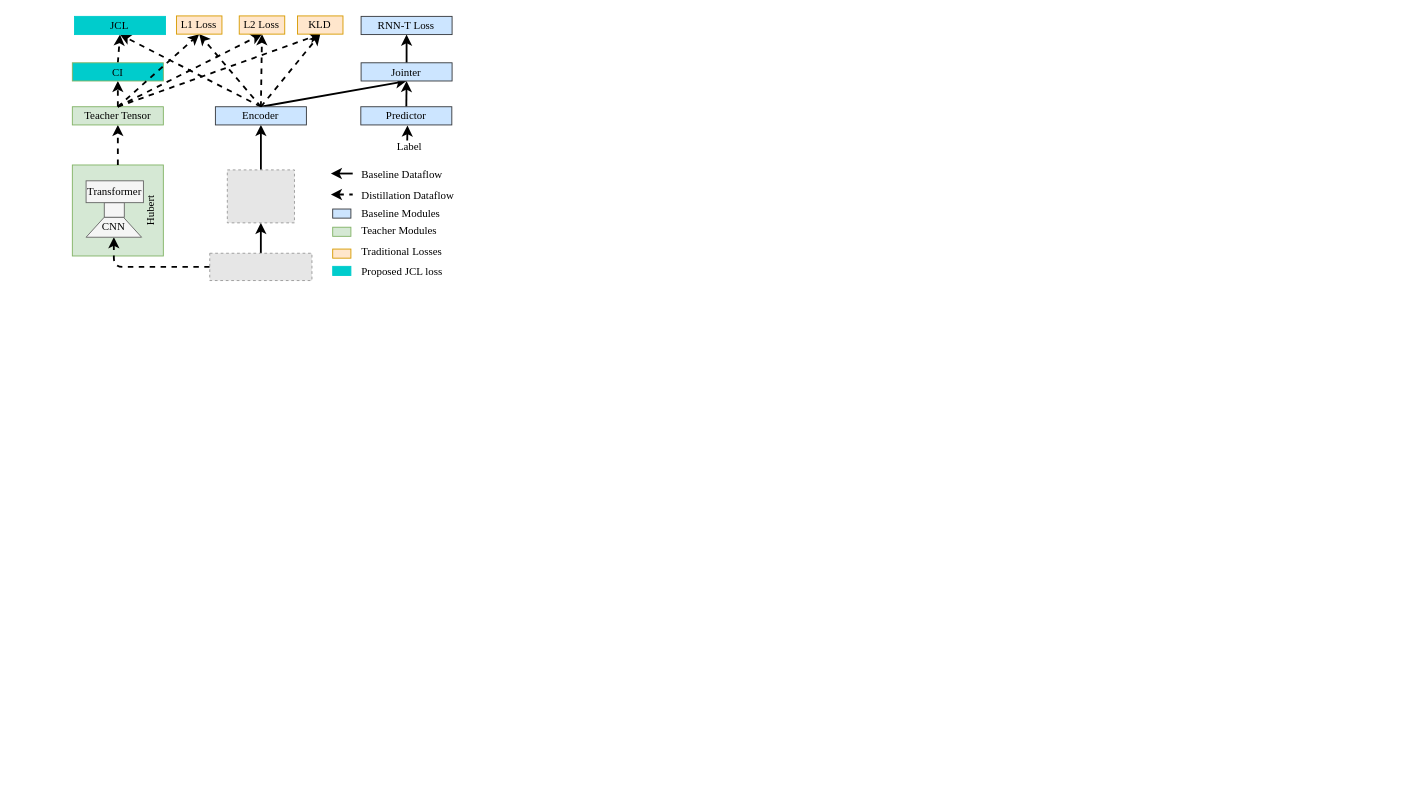
This is Untitled Diagram.drawio from glynpu/Neural-Network-Architecture-Diagrams, a draw.io file, before an edit. Source tidied: cells renumbered, new cells numbered last; positions are measured from the earlier drawing's top-left corner, leaving out a move shared by most shapes. Both pictures are drawn from the tidied source at 91%, with x=0, y=0 at pixel (72, 15). Pictures stored in the file or linked from it are replaced by grey dashed boxes.
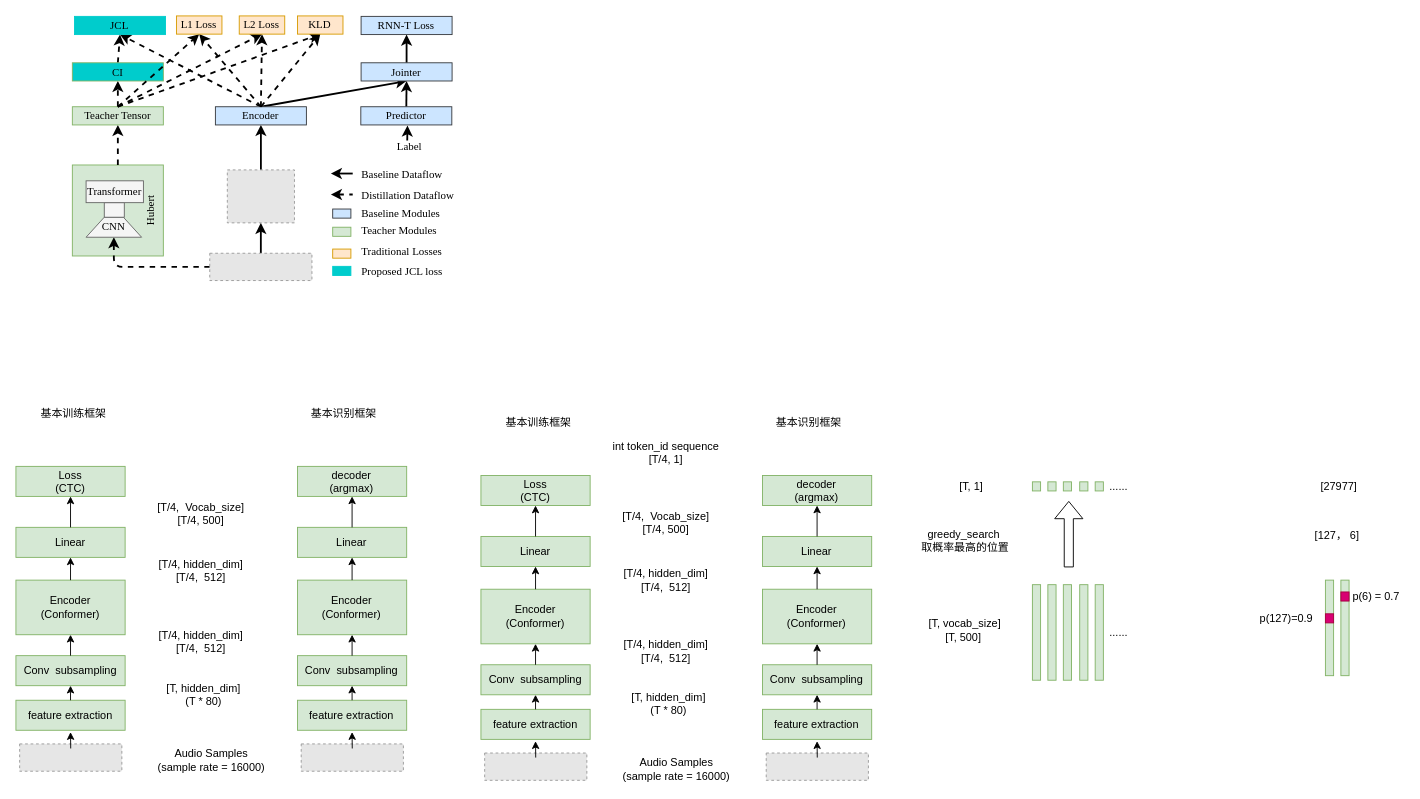
After the change.

Diff of the diagram source:
```diff
@@
+    <mxCell id="48" value="Encoder&lt;br&gt;(Conformer)" style="rounded=0;whiteSpace=wrap;html=1;fillColor=#d5e8d4;strokeColor=#82b366;" parent="1" vertex="1">
+      <mxGeometry x="-62" y="620" width="120" height="60" as="geometry" />
+    </mxCell>
+    <mxCell id="49" style="fillColor=#E6E6E6;strokeColor=#999999;dashed=1;verticalLabelPosition=bottom;labelBackgroundColor=#ffffff;verticalAlign=top;fontFamily=Times New Roman;" parent="1" vertex="1">
+      <mxGeometry x="-57.9" y="800" width="112.3" height="30" as="geometry" />
+    </mxCell>
+    <mxCell id="50" style="endArrow=classic;html=1;rounded=0;exitX=0.5;exitY=0;exitDx=0;exitDy=0;" parent="1" edge="1">
+      <mxGeometry relative="1" as="geometry">
+        <mxPoint x="-1.8" y="805" as="sourcePoint" />
+        <mxPoint x="-2" y="787" as="targetPoint" />
+      </mxGeometry>
+    </mxCell>
+    <mxCell id="51" value="Linear" style="rounded=0;whiteSpace=wrap;html=1;fillColor=#d5e8d4;strokeColor=#82b366;" parent="1" vertex="1">
+      <mxGeometry x="-62" y="562" width="120" height="33" as="geometry" />
+    </mxCell>
+    <mxCell id="52" style="endArrow=classic;html=1;rounded=0;entryX=0.5;entryY=1;entryDx=0;entryDy=0;" parent="1" edge="1" source="48" target="51">
+      <mxGeometry relative="1" as="geometry" />
+    </mxCell>
+    <mxCell id="53" value="Loss&lt;br&gt;(CTC)" style="rounded=0;whiteSpace=wrap;html=1;fillColor=#d5e8d4;strokeColor=#82b366;" parent="1" vertex="1">
+      <mxGeometry x="-62" y="495" width="120" height="33" as="geometry" />
+    </mxCell>
+    <mxCell id="54" style="endArrow=classic;html=1;rounded=0;entryX=0.5;entryY=1;entryDx=0;entryDy=0;exitX=0.5;exitY=0;exitDx=0;exitDy=0;" parent="1" edge="1" source="51" target="53">
+      <mxGeometry relative="1" as="geometry" />
+    </mxCell>
+    <mxCell id="55" value="Audio Samples&lt;br&gt;(sample rate = 16000)" style="text;html=1;strokeColor=none;fillColor=none;align=center;verticalAlign=middle;whiteSpace=wrap;rounded=0;" parent="1" vertex="1">
+      <mxGeometry x="82" y="803" width="142" height="30" as="geometry" />
+    </mxCell>
+    <mxCell id="56" value="[T/4, hidden_dim]&lt;br&gt;[T/4, &amp;nbsp;512]" style="text;html=1;strokeColor=none;fillColor=none;align=center;verticalAlign=middle;whiteSpace=wrap;rounded=0;" parent="1" vertex="1">
+      <mxGeometry x="82" y="595" width="119" height="30" as="geometry" />
+    </mxCell>
+    <mxCell id="57" value="[T/4, &amp;nbsp;Vocab_size]&lt;br&gt;[T/4, 500]" style="text;html=1;strokeColor=none;fillColor=none;align=center;verticalAlign=middle;whiteSpace=wrap;rounded=0;" parent="1" vertex="1">
+      <mxGeometry x="82" y="532" width="119" height="30" as="geometry" />
+    </mxCell>
+    <mxCell id="58" value="Conv &amp;nbsp;subsampling" style="rounded=0;whiteSpace=wrap;html=1;fillColor=#d5e8d4;strokeColor=#82b366;" parent="1" vertex="1">
+      <mxGeometry x="-62" y="703" width="120" height="33" as="geometry" />
+    </mxCell>
+    <mxCell id="59" value="feature extraction" style="rounded=0;whiteSpace=wrap;html=1;fillColor=#d5e8d4;strokeColor=#82b366;" parent="1" vertex="1">
+      <mxGeometry x="-62" y="752" width="120" height="33" as="geometry" />
+    </mxCell>
+    <mxCell id="60" style="endArrow=classic;html=1;rounded=0;exitX=0.5;exitY=0;exitDx=0;exitDy=0;entryX=0.5;entryY=1;entryDx=0;entryDy=0;" parent="1" edge="1" source="59" target="58">
+      <mxGeometry relative="1" as="geometry" />
+    </mxCell>
+    <mxCell id="61" style="endArrow=classic;html=1;rounded=0;exitX=0.5;exitY=0;exitDx=0;exitDy=0;entryX=0.5;entryY=1;entryDx=0;entryDy=0;" parent="1" edge="1" source="58" target="48">
+      <mxGeometry relative="1" as="geometry" />
+    </mxCell>
+    <mxCell id="62" value="[T, hidden_dim]&lt;br&gt;(T * 80)" style="text;html=1;strokeColor=none;fillColor=none;align=center;verticalAlign=middle;whiteSpace=wrap;rounded=0;" parent="1" vertex="1">
+      <mxGeometry x="85" y="731" width="119" height="30" as="geometry" />
+    </mxCell>
+    <mxCell id="63" value="[T/4, hidden_dim]&lt;br&gt;[T/4, &amp;nbsp;512]" style="text;html=1;strokeColor=none;fillColor=none;align=center;verticalAlign=middle;whiteSpace=wrap;rounded=0;" parent="1" vertex="1">
+      <mxGeometry x="82" y="673" width="119" height="30" as="geometry" />
+    </mxCell>
+    <mxCell id="64" value="Encoder&lt;br&gt;(Conformer)" style="rounded=0;whiteSpace=wrap;html=1;fillColor=#d5e8d4;strokeColor=#82b366;" parent="1" vertex="1">
+      <mxGeometry x="247.4" y="620" width="120" height="60" as="geometry" />
+    </mxCell>
+    <mxCell id="65" style="fillColor=#E6E6E6;strokeColor=#999999;dashed=1;verticalLabelPosition=bottom;labelBackgroundColor=#ffffff;verticalAlign=top;fontFamily=Times New Roman;" parent="1" vertex="1">
+      <mxGeometry x="251.5" y="800" width="112.3" height="30" as="geometry" />
+    </mxCell>
+    <mxCell id="66" style="endArrow=classic;html=1;rounded=0;exitX=0.5;exitY=0;exitDx=0;exitDy=0;" parent="1" edge="1">
+      <mxGeometry relative="1" as="geometry">
+        <mxPoint x="307.6" y="805" as="sourcePoint" />
+        <mxPoint x="307.4" y="787" as="targetPoint" />
+      </mxGeometry>
+    </mxCell>
+    <mxCell id="67" value="Linear" style="rounded=0;whiteSpace=wrap;html=1;fillColor=#d5e8d4;strokeColor=#82b366;" parent="1" vertex="1">
+      <mxGeometry x="247.4" y="562" width="120" height="33" as="geometry" />
+    </mxCell>
+    <mxCell id="68" style="endArrow=classic;html=1;rounded=0;entryX=0.5;entryY=1;entryDx=0;entryDy=0;" parent="1" edge="1" source="64" target="67">
+      <mxGeometry relative="1" as="geometry" />
+    </mxCell>
+    <mxCell id="69" value="decoder&lt;br&gt;(argmax)" style="rounded=0;whiteSpace=wrap;html=1;fillColor=#d5e8d4;strokeColor=#82b366;" parent="1" vertex="1">
+      <mxGeometry x="247.4" y="495" width="120" height="33" as="geometry" />
+    </mxCell>
+    <mxCell id="70" style="endArrow=classic;html=1;rounded=0;entryX=0.5;entryY=1;entryDx=0;entryDy=0;exitX=0.5;exitY=0;exitDx=0;exitDy=0;" parent="1" edge="1" source="67" target="69">
+      <mxGeometry relative="1" as="geometry" />
+    </mxCell>
+    <mxCell id="71" value="Conv &amp;nbsp;subsampling" style="rounded=0;whiteSpace=wrap;html=1;fillColor=#d5e8d4;strokeColor=#82b366;" parent="1" vertex="1">
+      <mxGeometry x="247.4" y="703" width="120" height="33" as="geometry" />
+    </mxCell>
+    <mxCell id="72" value="feature extraction" style="rounded=0;whiteSpace=wrap;html=1;fillColor=#d5e8d4;strokeColor=#82b366;" parent="1" vertex="1">
+      <mxGeometry x="247.4" y="752" width="120" height="33" as="geometry" />
+    </mxCell>
+    <mxCell id="73" style="endArrow=classic;html=1;rounded=0;exitX=0.5;exitY=0;exitDx=0;exitDy=0;entryX=0.5;entryY=1;entryDx=0;entryDy=0;" parent="1" edge="1" source="72" target="71">
+      <mxGeometry relative="1" as="geometry" />
+    </mxCell>
+    <mxCell id="74" style="endArrow=classic;html=1;rounded=0;exitX=0.5;exitY=0;exitDx=0;exitDy=0;entryX=0.5;entryY=1;entryDx=0;entryDy=0;" parent="1" edge="1" source="71" target="64">
+      <mxGeometry relative="1" as="geometry" />
+    </mxCell>
+    <mxCell id="75" value="基本训练框架" style="text;html=1;strokeColor=none;fillColor=none;align=center;verticalAlign=middle;whiteSpace=wrap;rounded=0;" parent="1" vertex="1">
+      <mxGeometry x="-44.9" y="422" width="92.9" height="30" as="geometry" />
+    </mxCell>
+    <mxCell id="76" value="基本识别框架" style="text;html=1;strokeColor=none;fillColor=none;align=center;verticalAlign=middle;whiteSpace=wrap;rounded=0;" parent="1" vertex="1">
+      <mxGeometry x="251.5" y="422" width="92.9" height="30" as="geometry" />
+    </mxCell>
+    <mxCell id="77" value="Encoder&lt;br&gt;(Conformer)" style="rounded=0;whiteSpace=wrap;html=1;fillColor=#d5e8d4;strokeColor=#82b366;" parent="1" vertex="1">
+      <mxGeometry x="449" y="630" width="120" height="60" as="geometry" />
+    </mxCell>
+    <mxCell id="78" style="fillColor=#E6E6E6;strokeColor=#999999;dashed=1;verticalLabelPosition=bottom;labelBackgroundColor=#ffffff;verticalAlign=top;fontFamily=Times New Roman;" parent="1" vertex="1">
+      <mxGeometry x="453.1" y="810" width="112.3" height="30" as="geometry" />
+    </mxCell>
+    <mxCell id="79" style="endArrow=classic;html=1;rounded=0;exitX=0.5;exitY=0;exitDx=0;exitDy=0;" parent="1" edge="1">
+      <mxGeometry relative="1" as="geometry">
+        <mxPoint x="509.2" y="815" as="sourcePoint" />
+        <mxPoint x="509" y="797" as="targetPoint" />
+      </mxGeometry>
+    </mxCell>
+    <mxCell id="80" value="Linear" style="rounded=0;whiteSpace=wrap;html=1;fillColor=#d5e8d4;strokeColor=#82b366;" parent="1" vertex="1">
+      <mxGeometry x="449" y="572" width="120" height="33" as="geometry" />
+    </mxCell>
+    <mxCell id="81" style="endArrow=classic;html=1;rounded=0;entryX=0.5;entryY=1;entryDx=0;entryDy=0;" parent="1" edge="1" source="77" target="80">
+      <mxGeometry relative="1" as="geometry" />
+    </mxCell>
+    <mxCell id="82" value="Loss&lt;br&gt;(CTC)" style="rounded=0;whiteSpace=wrap;html=1;fillColor=#d5e8d4;strokeColor=#82b366;" parent="1" vertex="1">
+      <mxGeometry x="449" y="505" width="120" height="33" as="geometry" />
+    </mxCell>
+    <mxCell id="83" style="endArrow=classic;html=1;rounded=0;entryX=0.5;entryY=1;entryDx=0;entryDy=0;exitX=0.5;exitY=0;exitDx=0;exitDy=0;" parent="1" edge="1" source="80" target="82">
+      <mxGeometry relative="1" as="geometry" />
+    </mxCell>
+    <mxCell id="84" value="Audio Samples&lt;br&gt;(sample rate = 16000)" style="text;html=1;strokeColor=none;fillColor=none;align=center;verticalAlign=middle;whiteSpace=wrap;rounded=0;" parent="1" vertex="1">
+      <mxGeometry x="593" y="813" width="142" height="30" as="geometry" />
+    </mxCell>
+    <mxCell id="85" value="[T/4, hidden_dim]&lt;br&gt;[T/4, &amp;nbsp;512]" style="text;html=1;strokeColor=none;fillColor=none;align=center;verticalAlign=middle;whiteSpace=wrap;rounded=0;" parent="1" vertex="1">
+      <mxGeometry x="593" y="605" width="119" height="30" as="geometry" />
+    </mxCell>
+    <mxCell id="86" value="[T/4, &amp;nbsp;Vocab_size]&lt;br&gt;[T/4, 500]" style="text;html=1;strokeColor=none;fillColor=none;align=center;verticalAlign=middle;whiteSpace=wrap;rounded=0;" parent="1" vertex="1">
+      <mxGeometry x="593" y="542" width="119" height="30" as="geometry" />
+    </mxCell>
+    <mxCell id="87" value="Conv &amp;nbsp;subsampling" style="rounded=0;whiteSpace=wrap;html=1;fillColor=#d5e8d4;strokeColor=#82b366;" parent="1" vertex="1">
+      <mxGeometry x="449" y="713" width="120" height="33" as="geometry" />
+    </mxCell>
+    <mxCell id="88" value="feature extraction" style="rounded=0;whiteSpace=wrap;html=1;fillColor=#d5e8d4;strokeColor=#82b366;" parent="1" vertex="1">
+      <mxGeometry x="449" y="762" width="120" height="33" as="geometry" />
+    </mxCell>
+    <mxCell id="89" style="endArrow=classic;html=1;rounded=0;exitX=0.5;exitY=0;exitDx=0;exitDy=0;entryX=0.5;entryY=1;entryDx=0;entryDy=0;" parent="1" edge="1" source="88" target="87">
+      <mxGeometry relative="1" as="geometry" />
+    </mxCell>
+    <mxCell id="90" style="endArrow=classic;html=1;rounded=0;exitX=0.5;exitY=0;exitDx=0;exitDy=0;entryX=0.5;entryY=1;entryDx=0;entryDy=0;" parent="1" edge="1" source="87" target="77">
+      <mxGeometry relative="1" as="geometry" />
+    </mxCell>
+    <mxCell id="91" value="[T, hidden_dim]&lt;br&gt;(T * 80)" style="text;html=1;strokeColor=none;fillColor=none;align=center;verticalAlign=middle;whiteSpace=wrap;rounded=0;" parent="1" vertex="1">
+      <mxGeometry x="596" y="741" width="119" height="30" as="geometry" />
+    </mxCell>
+    <mxCell id="92" value="[T/4, hidden_dim]&lt;br&gt;[T/4, &amp;nbsp;512]" style="text;html=1;strokeColor=none;fillColor=none;align=center;verticalAlign=middle;whiteSpace=wrap;rounded=0;" parent="1" vertex="1">
+      <mxGeometry x="593" y="683" width="119" height="30" as="geometry" />
+    </mxCell>
+    <mxCell id="93" value="Encoder&lt;br&gt;(Conformer)" style="rounded=0;whiteSpace=wrap;html=1;fillColor=#d5e8d4;strokeColor=#82b366;" parent="1" vertex="1">
+      <mxGeometry x="758.4" y="630" width="120" height="60" as="geometry" />
+    </mxCell>
+    <mxCell id="94" style="fillColor=#E6E6E6;strokeColor=#999999;dashed=1;verticalLabelPosition=bottom;labelBackgroundColor=#ffffff;verticalAlign=top;fontFamily=Times New Roman;" parent="1" vertex="1">
+      <mxGeometry x="762.5" y="810" width="112.3" height="30" as="geometry" />
+    </mxCell>
+    <mxCell id="95" style="endArrow=classic;html=1;rounded=0;exitX=0.5;exitY=0;exitDx=0;exitDy=0;" parent="1" edge="1">
+      <mxGeometry relative="1" as="geometry">
+        <mxPoint x="818.6" y="815" as="sourcePoint" />
+        <mxPoint x="818.4" y="797" as="targetPoint" />
+      </mxGeometry>
+    </mxCell>
+    <mxCell id="96" value="Linear" style="rounded=0;whiteSpace=wrap;html=1;fillColor=#d5e8d4;strokeColor=#82b366;" parent="1" vertex="1">
+      <mxGeometry x="758.4" y="572" width="120" height="33" as="geometry" />
+    </mxCell>
+    <mxCell id="97" style="endArrow=classic;html=1;rounded=0;entryX=0.5;entryY=1;entryDx=0;entryDy=0;" parent="1" edge="1" source="93" target="96">
+      <mxGeometry relative="1" as="geometry" />
+    </mxCell>
+    <mxCell id="98" value="decoder&lt;br&gt;(argmax)" style="rounded=0;whiteSpace=wrap;html=1;fillColor=#d5e8d4;strokeColor=#82b366;" parent="1" vertex="1">
+      <mxGeometry x="758.4" y="505" width="120" height="33" as="geometry" />
+    </mxCell>
+    <mxCell id="99" style="endArrow=classic;html=1;rounded=0;entryX=0.5;entryY=1;entryDx=0;entryDy=0;exitX=0.5;exitY=0;exitDx=0;exitDy=0;" parent="1" edge="1" source="96" target="98">
+      <mxGeometry relative="1" as="geometry" />
+    </mxCell>
+    <mxCell id="100" value="Conv &amp;nbsp;subsampling" style="rounded=0;whiteSpace=wrap;html=1;fillColor=#d5e8d4;strokeColor=#82b366;" parent="1" vertex="1">
+      <mxGeometry x="758.4" y="713" width="120" height="33" as="geometry" />
+    </mxCell>
+    <mxCell id="101" value="feature extraction" style="rounded=0;whiteSpace=wrap;html=1;fillColor=#d5e8d4;strokeColor=#82b366;" parent="1" vertex="1">
+      <mxGeometry x="758.4" y="762" width="120" height="33" as="geometry" />
+    </mxCell>
+    <mxCell id="102" style="endArrow=classic;html=1;rounded=0;exitX=0.5;exitY=0;exitDx=0;exitDy=0;entryX=0.5;entryY=1;entryDx=0;entryDy=0;" parent="1" edge="1" source="101" target="100">
+      <mxGeometry relative="1" as="geometry" />
+    </mxCell>
+    <mxCell id="103" style="endArrow=classic;html=1;rounded=0;exitX=0.5;exitY=0;exitDx=0;exitDy=0;entryX=0.5;entryY=1;entryDx=0;entryDy=0;" parent="1" edge="1" source="100" target="93">
+      <mxGeometry relative="1" as="geometry" />
+    </mxCell>
+    <mxCell id="104" value="基本训练框架" style="text;html=1;strokeColor=none;fillColor=none;align=center;verticalAlign=middle;whiteSpace=wrap;rounded=0;" parent="1" vertex="1">
+      <mxGeometry x="466.1" y="432" width="92.9" height="30" as="geometry" />
+    </mxCell>
+    <mxCell id="105" value="基本识别框架" style="text;html=1;strokeColor=none;fillColor=none;align=center;verticalAlign=middle;whiteSpace=wrap;rounded=0;" parent="1" vertex="1">
+      <mxGeometry x="762.5" y="432" width="92.9" height="30" as="geometry" />
+    </mxCell>
+    <mxCell id="106" value="int token_id sequence&lt;br&gt;[T/4, 1]" style="text;html=1;strokeColor=none;fillColor=none;align=center;verticalAlign=middle;whiteSpace=wrap;rounded=0;" parent="1" vertex="1">
+      <mxGeometry x="593" y="465" width="119" height="30" as="geometry" />
+    </mxCell>
+    <mxCell id="107" style="rounded=0;whiteSpace=wrap;html=1;fillColor=#d5e8d4;strokeColor=#82b366;" parent="1" vertex="1">
+      <mxGeometry x="1055" y="625" width="9" height="105" as="geometry" />
+    </mxCell>
+    <mxCell id="108" style="rounded=0;whiteSpace=wrap;html=1;fillColor=#d5e8d4;strokeColor=#82b366;" parent="1" vertex="1">
+      <mxGeometry x="1072" y="625" width="9" height="105" as="geometry" />
+    </mxCell>
+    <mxCell id="109" style="rounded=0;whiteSpace=wrap;html=1;fillColor=#d5e8d4;strokeColor=#82b366;" parent="1" vertex="1">
+      <mxGeometry x="1089" y="625" width="9" height="105" as="geometry" />
+    </mxCell>
+    <mxCell id="110" style="rounded=0;whiteSpace=wrap;html=1;fillColor=#d5e8d4;strokeColor=#82b366;" parent="1" vertex="1">
+      <mxGeometry x="1107" y="625" width="9" height="105" as="geometry" />
+    </mxCell>
+    <mxCell id="111" style="rounded=0;whiteSpace=wrap;html=1;fillColor=#d5e8d4;strokeColor=#82b366;" parent="1" vertex="1">
+      <mxGeometry x="1124" y="625" width="9" height="105" as="geometry" />
+    </mxCell>
+    <mxCell id="112" value="......" style="text;html=1;strokeColor=none;fillColor=none;align=center;verticalAlign=middle;whiteSpace=wrap;rounded=0;" parent="1" vertex="1">
+      <mxGeometry x="1120" y="662.5" width="60" height="30" as="geometry" />
+    </mxCell>
+    <mxCell id="113" style="rounded=0;whiteSpace=wrap;html=1;fillColor=#d5e8d4;strokeColor=#82b366;" parent="1" vertex="1">
+      <mxGeometry x="1055" y="512" width="9" height="10" as="geometry" />
+    </mxCell>
+    <mxCell id="114" style="rounded=0;whiteSpace=wrap;html=1;fillColor=#d5e8d4;strokeColor=#82b366;" parent="1" vertex="1">
+      <mxGeometry x="1072" y="512" width="9" height="10" as="geometry" />
+    </mxCell>
+    <mxCell id="115" style="rounded=0;whiteSpace=wrap;html=1;fillColor=#d5e8d4;strokeColor=#82b366;" parent="1" vertex="1">
+      <mxGeometry x="1089" y="512" width="9" height="10" as="geometry" />
+    </mxCell>
+    <mxCell id="116" style="rounded=0;whiteSpace=wrap;html=1;fillColor=#d5e8d4;strokeColor=#82b366;" parent="1" vertex="1">
+      <mxGeometry x="1107" y="512" width="9" height="10" as="geometry" />
+    </mxCell>
+    <mxCell id="117" style="rounded=0;whiteSpace=wrap;html=1;fillColor=#d5e8d4;strokeColor=#82b366;" parent="1" vertex="1">
+      <mxGeometry x="1124" y="512" width="9" height="10" as="geometry" />
+    </mxCell>
+    <mxCell id="118" value="......" style="text;html=1;strokeColor=none;fillColor=none;align=center;verticalAlign=middle;whiteSpace=wrap;rounded=0;" parent="1" vertex="1">
+      <mxGeometry x="1120" y="512" width="60" height="10" as="geometry" />
+    </mxCell>
+    <mxCell id="119" value="[T, vocab_size]&lt;br&gt;[T, 500]&amp;nbsp;" style="text;html=1;strokeColor=none;fillColor=none;align=center;verticalAlign=middle;whiteSpace=wrap;rounded=0;" parent="1" vertex="1">
+      <mxGeometry x="929" y="660" width="104" height="30" as="geometry" />
+    </mxCell>
+    <mxCell id="120" value="[T, 1]" style="text;html=1;strokeColor=none;fillColor=none;align=center;verticalAlign=middle;whiteSpace=wrap;rounded=0;" parent="1" vertex="1">
+      <mxGeometry x="946" y="502" width="84" height="30" as="geometry" />
+    </mxCell>
+    <mxCell id="121" value="greedy_search&amp;nbsp;&lt;br&gt;取概率最高的位置" style="text;html=1;strokeColor=none;fillColor=none;align=center;verticalAlign=middle;whiteSpace=wrap;rounded=0;" parent="1" vertex="1">
+      <mxGeometry x="930" y="562" width="103" height="30" as="geometry" />
+    </mxCell>
+    <mxCell id="122" style="shape=flexArrow;endArrow=classic;html=1;rounded=0;" parent="1" edge="1">
+      <mxGeometry relative="1" as="geometry">
+        <mxPoint x="1095" y="606" as="sourcePoint" />
+        <mxPoint x="1095" y="533" as="targetPoint" />
+      </mxGeometry>
+    </mxCell>
+    <mxCell id="123" style="rounded=0;whiteSpace=wrap;html=1;fillColor=#d5e8d4;strokeColor=#82b366;" parent="1" vertex="1">
+      <mxGeometry x="1377" y="620" width="9" height="105" as="geometry" />
+    </mxCell>
+    <mxCell id="124" style="rounded=0;whiteSpace=wrap;html=1;fillColor=#d5e8d4;strokeColor=#82b366;" parent="1" vertex="1">
+      <mxGeometry x="1394" y="620" width="9" height="105" as="geometry" />
+    </mxCell>
+    <mxCell id="125" style="rounded=0;whiteSpace=wrap;html=1;fillColor=#d80073;strokeColor=#A50040;fontColor=#ffffff;" parent="1" vertex="1">
+      <mxGeometry x="1377" y="657" width="9" height="10" as="geometry" />
+    </mxCell>
+    <mxCell id="126" style="rounded=0;whiteSpace=wrap;html=1;fillColor=#d80073;strokeColor=#A50040;fontColor=#ffffff;" parent="1" vertex="1">
+      <mxGeometry x="1394" y="633" width="9" height="10" as="geometry" />
+    </mxCell>
+    <mxCell id="127" value="[127， 6]" style="text;html=1;strokeColor=none;fillColor=none;align=center;verticalAlign=middle;whiteSpace=wrap;rounded=0;" parent="1" vertex="1">
+      <mxGeometry x="1360" y="556" width="60" height="30" as="geometry" />
+    </mxCell>
+    <mxCell id="128" value="p(127)=0.9&amp;nbsp;" style="text;html=1;strokeColor=none;fillColor=none;align=center;verticalAlign=middle;whiteSpace=wrap;rounded=0;" parent="1" vertex="1">
+      <mxGeometry x="1306" y="647" width="60" height="30" as="geometry" />
+    </mxCell>
+    <mxCell id="129" value="p(6) = 0.7" style="text;html=1;strokeColor=none;fillColor=none;align=center;verticalAlign=middle;whiteSpace=wrap;rounded=0;" parent="1" vertex="1">
+      <mxGeometry x="1403" y="623" width="60" height="30" as="geometry" />
+    </mxCell>
+    <mxCell id="130" value="[27977]" style="text;html=1;strokeColor=none;fillColor=none;align=center;verticalAlign=middle;whiteSpace=wrap;rounded=0;" parent="1" vertex="1">
+      <mxGeometry x="1362" y="502" width="60" height="30" as="geometry" />
+    </mxCell>
```
